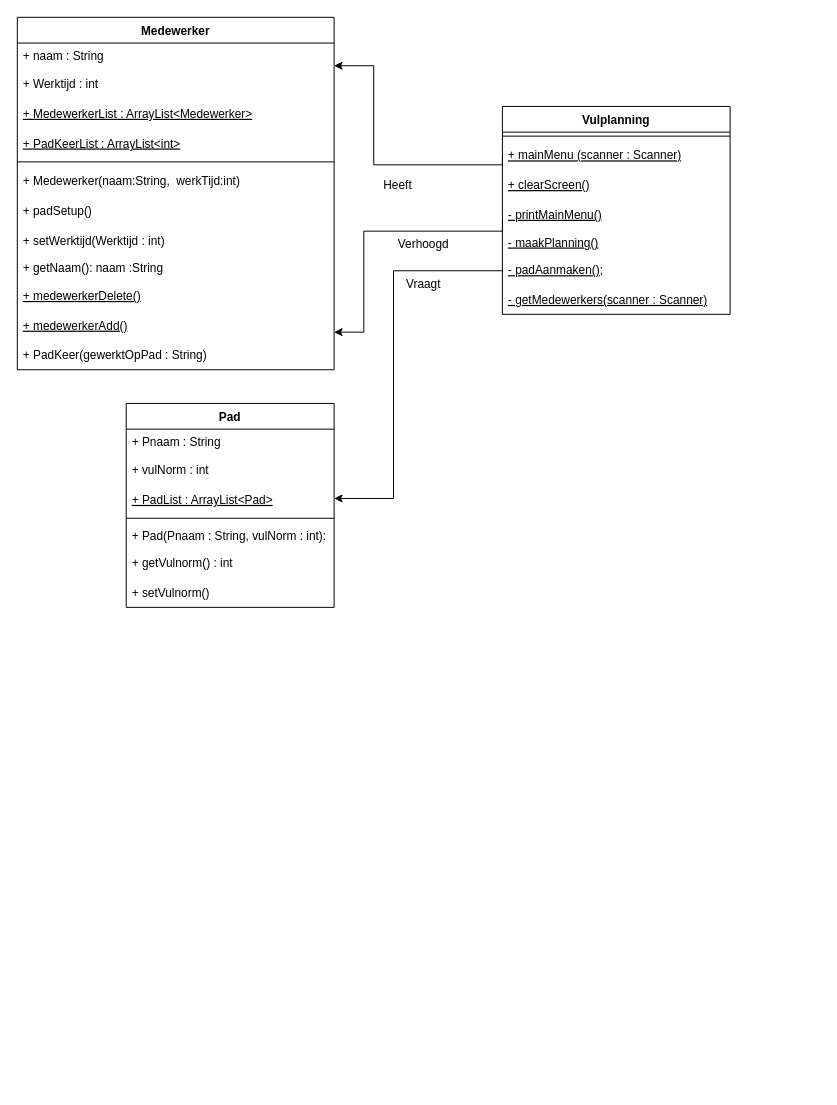
Above: Vulplanning UML.drawio in Kikkerslijm410/SchoolOpdracht (draw.io), before the change. Source tidied: cells renumbered, new cells numbered last; positions are measured from the earlier drawing's top-left corner, leaving out a move shared by most shapes. Both pictures are drawn from the tidied source at 99%, with x=0, y=0 at pixel (17, 17).
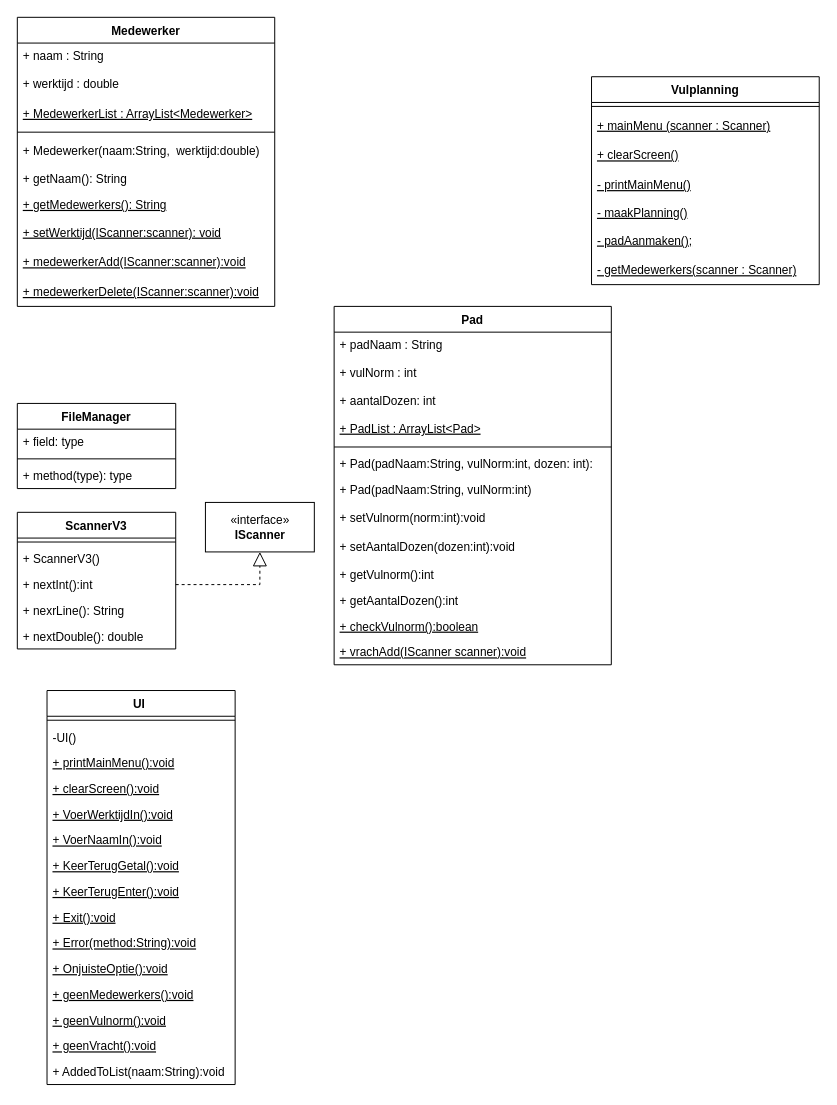
After the change.

Unchanged cells that the change refers to:
```xml
<mxCell id="25" value="+ mainMenu (scanner : Scanner)" style="text;strokeColor=none;fillColor=none;align=left;verticalAlign=middle;spacingLeft=4;spacingRight=4;overflow=hidden;points=[[0,0.5],[1,0.5]];portConstraint=eastwest;fontStyle=4;" parent="23" vertex="1">
  <mxGeometry y="34" width="230" height="30" as="geometry" />
</mxCell>
```

Diff of the diagram source:
```diff
@@
     <mxCell id="2" value="Medewerker" style="swimlane;fontStyle=1;align=center;verticalAlign=top;horizontal=1;startSize=26;" parent="1" vertex="1">
-      <mxGeometry width="320" height="356" as="geometry" />
+      <mxGeometry width="260" height="292" as="geometry" />
     </mxCell>
     <mxCell id="3" value="+ naam : String" style="text;strokeColor=none;fillColor=none;align=left;verticalAlign=top;spacingLeft=4;spacingRight=4;overflow=hidden;points=[[0,0.5],[1,0.5]];portConstraint=eastwest;" parent="2" vertex="1">
-      <mxGeometry y="26" width="320" height="26" as="geometry" />
+      <mxGeometry y="26" width="260" height="26" as="geometry" />
     </mxCell>
-    <mxCell id="4" value="+ Werktijd : int" style="text;strokeColor=none;fillColor=none;align=left;verticalAlign=middle;spacingLeft=4;spacingRight=4;overflow=hidden;" parent="2" vertex="1">
-      <mxGeometry y="52" width="320" height="30" as="geometry" />
+    <mxCell id="4" value="+ werktijd : double" style="text;strokeColor=none;fillColor=none;align=left;verticalAlign=middle;spacingLeft=4;spacingRight=4;overflow=hidden;" parent="2" vertex="1">
+      <mxGeometry y="52" width="260" height="30" as="geometry" />
     </mxCell>
     <mxCell id="5" value="+ MedewerkerList : ArrayList&lt;Medewerker&gt;" style="text;strokeColor=none;fillColor=none;align=left;verticalAlign=middle;spacingLeft=4;spacingRight=4;overflow=hidden;fontStyle=4;" parent="2" vertex="1">
-      <mxGeometry y="82" width="320" height="30" as="geometry" />
+      <mxGeometry y="82" width="260" height="30" as="geometry" />
     </mxCell>
-    <mxCell id="6" value="+ PadKeerList : ArrayList&lt;int&gt;" style="text;strokeColor=none;fillColor=none;align=left;verticalAlign=middle;spacingLeft=4;spacingRight=4;overflow=hidden;fontStyle=4;" parent="2" vertex="1">
-      <mxGeometry y="112" width="320" height="30" as="geometry" />
-    </mxCell>
     <mxCell id="7" style="line;strokeWidth=1;fillColor=none;align=left;verticalAlign=middle;spacingTop=-1;spacingLeft=3;spacingRight=3;labelPosition=right;" parent="2" vertex="1">
-      <mxGeometry y="142" width="320" height="8" as="geometry" />
+      <mxGeometry y="112" width="260" height="8" as="geometry" />
     </mxCell>
-    <mxCell id="8" value="+ Medewerker(naam:String,  werkTijd:int)" style="text;strokeColor=none;fillColor=none;align=left;verticalAlign=middle;spacingLeft=4;spacingRight=4;overflow=hidden;" parent="2" vertex="1">
-      <mxGeometry y="150" width="320" height="30" as="geometry" />
+    <mxCell id="8" value="+ Medewerker(naam:String,  werktijd:double)" style="text;strokeColor=none;fillColor=none;align=left;verticalAlign=middle;spacingLeft=4;spacingRight=4;overflow=hidden;" parent="2" vertex="1">
+      <mxGeometry y="120" width="260" height="30" as="geometry" />
     </mxCell>
-    <mxCell id="9" value="+ padSetup()" style="text;strokeColor=none;fillColor=none;align=left;verticalAlign=middle;spacingLeft=4;spacingRight=4;overflow=hidden;" parent="2" vertex="1">
-      <mxGeometry y="180" width="320" height="30" as="geometry" />
-    </mxCell>
+    <mxCell id="37" value="+ getNaam(): String" style="text;strokeColor=none;fillColor=none;align=left;verticalAlign=top;spacingLeft=4;spacingRight=4;overflow=hidden;" parent="2" vertex="1">
+      <mxGeometry y="150" width="260" height="26" as="geometry" />
+    </mxCell>
+    <mxCell id="38" value="+ getMedewerkers(): String" style="text;strokeColor=none;fillColor=none;align=left;verticalAlign=top;spacingLeft=4;spacingRight=4;overflow=hidden;fontStyle=4;" parent="2" vertex="1">
+      <mxGeometry y="176" width="260" height="26" as="geometry" />
+    </mxCell>
-    <mxCell id="10" value="+ setWerktijd(Werktijd : int)" style="text;strokeColor=none;fillColor=none;align=left;verticalAlign=middle;spacingLeft=4;spacingRight=4;overflow=hidden;" parent="2" vertex="1">
-      <mxGeometry y="210" width="320" height="30" as="geometry" />
+    <mxCell id="10" value="+ setWerktijd(IScanner:scanner): void" style="text;strokeColor=none;fillColor=none;align=left;verticalAlign=middle;spacingLeft=4;spacingRight=4;overflow=hidden;fontStyle=4;" parent="2" vertex="1">
+      <mxGeometry y="202" width="260" height="30" as="geometry" />
     </mxCell>
-    <mxCell id="11" value="+ getNaam(): naam :String" style="text;strokeColor=none;fillColor=none;align=left;verticalAlign=top;spacingLeft=4;spacingRight=4;overflow=hidden;" parent="2" vertex="1">
-      <mxGeometry y="240" width="320" height="26" as="geometry" />
-    </mxCell>
+    <mxCell id="13" value="+ medewerkerAdd(IScanner:scanner):void" style="text;strokeColor=none;fillColor=none;align=left;verticalAlign=middle;spacingLeft=4;spacingRight=4;overflow=hidden;fontStyle=4;" parent="2" vertex="1">
+      <mxGeometry y="232" width="260" height="30" as="geometry" />
+    </mxCell>
-    <mxCell id="12" value="+ medewerkerDelete()" style="text;strokeColor=none;fillColor=none;align=left;verticalAlign=middle;spacingLeft=4;spacingRight=4;overflow=hidden;fontStyle=4;" parent="2" vertex="1">
-      <mxGeometry y="266" width="320" height="30" as="geometry" />
+    <mxCell id="12" value="+ medewerkerDelete(IScanner:scanner):void" style="text;strokeColor=none;fillColor=none;align=left;verticalAlign=middle;spacingLeft=4;spacingRight=4;overflow=hidden;fontStyle=4;" parent="2" vertex="1">
+      <mxGeometry y="262" width="260" height="30" as="geometry" />
     </mxCell>
-    <mxCell id="13" value="+ medewerkerAdd()" style="text;strokeColor=none;fillColor=none;align=left;verticalAlign=middle;spacingLeft=4;spacingRight=4;overflow=hidden;fontStyle=4;" parent="2" vertex="1">
-      <mxGeometry y="296" width="320" height="30" as="geometry" />
-    </mxCell>
-    <mxCell id="14" value="+ PadKeer(gewerktOpPad : String)" style="text;strokeColor=none;fillColor=none;align=left;verticalAlign=middle;spacingLeft=4;spacingRight=4;overflow=hidden;" parent="2" vertex="1">
-      <mxGeometry y="326" width="320" height="30" as="geometry" />
-    </mxCell>
     <mxCell id="15" value="Pad" style="swimlane;fontStyle=1;align=center;verticalAlign=top;horizontal=1;startSize=26;" parent="1" vertex="1">
-      <mxGeometry x="110" y="390" width="210" height="206" as="geometry" />
+      <mxGeometry x="320" y="292" width="280" height="362" as="geometry" />
     </mxCell>
-    <mxCell id="16" value="+ Pnaam : String" style="text;strokeColor=none;fillColor=none;align=left;verticalAlign=top;spacingLeft=4;spacingRight=4;overflow=hidden;" parent="15" vertex="1">
-      <mxGeometry y="26" width="210" height="26" as="geometry" />
+    <mxCell id="16" value="+ padNaam : String" style="text;strokeColor=none;fillColor=none;align=left;verticalAlign=top;spacingLeft=4;spacingRight=4;overflow=hidden;" parent="15" vertex="1">
+      <mxGeometry y="26" width="280" height="26" as="geometry" />
     </mxCell>
     <mxCell id="17" value="+ vulNorm : int" style="text;strokeColor=none;fillColor=none;align=left;verticalAlign=middle;spacingLeft=4;spacingRight=4;overflow=hidden;" parent="15" vertex="1">
-      <mxGeometry y="52" width="210" height="30" as="geometry" />
+      <mxGeometry y="52" width="280" height="30" as="geometry" />
     </mxCell>
+    <mxCell id="39" value="+ aantalDozen: int" style="text;strokeColor=none;fillColor=none;align=left;verticalAlign=top;spacingLeft=4;spacingRight=4;overflow=hidden;" parent="15" vertex="1">
+      <mxGeometry y="82" width="280" height="26" as="geometry" />
+    </mxCell>
     <mxCell id="18" value="+ PadList : ArrayList&lt;Pad&gt;" style="text;strokeColor=none;fillColor=none;align=left;verticalAlign=middle;spacingLeft=4;spacingRight=4;overflow=hidden;fontStyle=4;" parent="15" vertex="1">
-      <mxGeometry y="82" width="210" height="30" as="geometry" />
+      <mxGeometry y="108" width="280" height="30" as="geometry" />
     </mxCell>
     <mxCell id="19" style="line;strokeWidth=1;fillColor=none;align=left;verticalAlign=middle;spacingTop=-1;spacingLeft=3;spacingRight=3;labelPosition=right;" parent="15" vertex="1">
-      <mxGeometry y="112" width="210" height="8" as="geometry" />
+      <mxGeometry y="138" width="280" height="8" as="geometry" />
     </mxCell>
-    <mxCell id="20" value="+ Pad(Pnaam : String, vulNorm : int): " style="text;strokeColor=none;fillColor=none;align=left;verticalAlign=top;spacingLeft=4;spacingRight=4;overflow=hidden;" parent="15" vertex="1">
-      <mxGeometry y="120" width="210" height="26" as="geometry" />
+    <mxCell id="20" value="+ Pad(padNaam:String, vulNorm:int, dozen: int):" style="text;strokeColor=none;fillColor=none;align=left;verticalAlign=top;spacingLeft=4;spacingRight=4;overflow=hidden;" parent="15" vertex="1">
+      <mxGeometry y="146" width="280" height="26" as="geometry" />
     </mxCell>
+    <mxCell id="40" value="+ Pad(padNaam:String, vulNorm:int)" style="text;strokeColor=none;fillColor=none;align=left;verticalAlign=top;spacingLeft=4;spacingRight=4;overflow=hidden;" parent="15" vertex="1">
+      <mxGeometry y="172" width="280" height="26" as="geometry" />
+    </mxCell>
+    <mxCell id="22" value="+ setVulnorm(norm:int):void " style="text;strokeColor=none;fillColor=none;align=left;verticalAlign=middle;spacingLeft=4;spacingRight=4;overflow=hidden;" parent="15" vertex="1">
+      <mxGeometry y="198" width="280" height="30" as="geometry" />
+    </mxCell>
-    <mxCell id="21" value="+ getVulnorm() : int" style="text;strokeColor=none;fillColor=none;align=left;verticalAlign=middle;spacingLeft=4;spacingRight=4;overflow=hidden;" parent="15" vertex="1">
-      <mxGeometry y="146" width="210" height="30" as="geometry" />
+    <mxCell id="21" value="+ setAantalDozen(dozen:int):void" style="text;strokeColor=none;fillColor=none;align=left;verticalAlign=middle;spacingLeft=4;spacingRight=4;overflow=hidden;" parent="15" vertex="1">
+      <mxGeometry y="228" width="280" height="30" as="geometry" />
     </mxCell>
-    <mxCell id="22" value="+ setVulnorm() " style="text;strokeColor=none;fillColor=none;align=left;verticalAlign=middle;spacingLeft=4;spacingRight=4;overflow=hidden;" parent="15" vertex="1">
-      <mxGeometry y="176" width="210" height="30" as="geometry" />
-    </mxCell>
+    <mxCell id="41" value="+ getVulnorm():int" style="text;strokeColor=none;fillColor=none;align=left;verticalAlign=top;spacingLeft=4;spacingRight=4;overflow=hidden;" parent="15" vertex="1">
+      <mxGeometry y="258" width="280" height="26" as="geometry" />
+    </mxCell>
+    <mxCell id="42" value="+ getAantalDozen():int" style="text;strokeColor=none;fillColor=none;align=left;verticalAlign=top;spacingLeft=4;spacingRight=4;overflow=hidden;" parent="15" vertex="1">
+      <mxGeometry y="284" width="280" height="26" as="geometry" />
+    </mxCell>
+    <mxCell id="43" value="+ checkVulnorm():boolean" style="text;strokeColor=none;fillColor=none;align=left;verticalAlign=top;spacingLeft=4;spacingRight=4;overflow=hidden;fontStyle=4;" parent="15" vertex="1">
+      <mxGeometry y="310" width="280" height="26" as="geometry" />
+    </mxCell>
+    <mxCell id="44" value="+ vrachAdd(IScanner scanner):void" style="text;strokeColor=none;fillColor=none;align=left;verticalAlign=top;spacingLeft=4;spacingRight=4;overflow=hidden;fontStyle=4;" parent="15" vertex="1">
+      <mxGeometry y="336" width="280" height="26" as="geometry" />
+    </mxCell>
     <mxCell id="23" value="Vulplanning" style="swimlane;fontStyle=1;align=center;verticalAlign=top;horizontal=1;startSize=26;" parent="1" vertex="1">
-      <mxGeometry x="490" y="90" width="230" height="210" as="geometry" />
+      <mxGeometry x="580" y="60" width="230" height="210" as="geometry" />
     </mxCell>
@@
-    <mxCell id="31" style="edgeStyle=orthogonalEdgeStyle;rounded=0;orthogonalLoop=1;jettySize=auto;html=1;exitX=0;exitY=0.5;exitDx=0;exitDy=0;" parent="1" edge="1">
-      <mxGeometry relative="1" as="geometry">
-        <mxPoint x="490" y="206" as="sourcePoint" />
-        <mxPoint x="320" y="318" as="targetPoint" />
-        <Array as="points">
-          <mxPoint x="490" y="216" />
-          <mxPoint x="350" y="216" />
-          <mxPoint x="350" y="318" />
-        </Array>
-      </mxGeometry>
-    </mxCell>
-    <mxCell id="32" style="edgeStyle=orthogonalEdgeStyle;rounded=0;jettySize=auto;html=1;exitX=0;exitY=0.5;exitDx=0;exitDy=0;entryX=1;entryY=0.881;entryDx=0;entryDy=0;entryPerimeter=0;" parent="1" edge="1" source="25" target="3">
-      <mxGeometry relative="1" as="geometry">
-        <Array as="points">
-          <mxPoint x="360" y="149" />
-          <mxPoint x="360" y="49" />
-        </Array>
-      </mxGeometry>
-    </mxCell>
-    <mxCell id="33" style="edgeStyle=orthogonalEdgeStyle;rounded=0;orthogonalLoop=1;jettySize=auto;html=1;exitX=0;exitY=0.5;exitDx=0;exitDy=0;entryX=1;entryY=0.5;entryDx=0;entryDy=0;" parent="1" edge="1">
-      <mxGeometry relative="1" as="geometry">
-        <mxPoint x="490" y="256" as="sourcePoint" />
-        <mxPoint x="320" y="486" as="targetPoint" />
-        <Array as="points">
-          <mxPoint x="380" y="256" />
-          <mxPoint x="380" y="486" />
-        </Array>
-      </mxGeometry>
-    </mxCell>
-    <mxCell id="34" value="Vraagt" style="text;html=1;align=center;verticalAlign=middle;strokeColor=none;fillColor=none;" parent="1" vertex="1">
-      <mxGeometry x="385" y="260" width="50" height="20" as="geometry" />
-    </mxCell>
-    <mxCell id="35" value="Verhoogd" style="text;html=1;align=center;verticalAlign=middle;strokeColor=none;fillColor=none;" parent="1" vertex="1">
-      <mxGeometry x="375" y="220" width="70" height="20" as="geometry" />
-    </mxCell>
-    <mxCell id="36" value="Heeft" style="text;html=1;align=center;verticalAlign=middle;strokeColor=none;fillColor=none;" parent="1" vertex="1">
-      <mxGeometry x="364" y="160" width="40" height="20" as="geometry" />
-    </mxCell>
+    <mxCell id="45" value="FileManager" style="swimlane;fontStyle=1;align=center;verticalAlign=top;horizontal=1;startSize=26;" parent="1" vertex="1">
+      <mxGeometry y="390" width="160" height="86" as="geometry" />
+    </mxCell>
+    <mxCell id="46" value="+ field: type" style="text;strokeColor=none;fillColor=none;align=left;verticalAlign=top;spacingLeft=4;spacingRight=4;overflow=hidden;" parent="45" vertex="1">
+      <mxGeometry y="26" width="160" height="26" as="geometry" />
+    </mxCell>
+    <mxCell id="47" style="line;strokeWidth=1;fillColor=none;align=left;verticalAlign=middle;spacingTop=-1;spacingLeft=3;spacingRight=3;labelPosition=right;" parent="45" vertex="1">
+      <mxGeometry y="52" width="160" height="8" as="geometry" />
+    </mxCell>
+    <mxCell id="48" value="+ method(type): type" style="text;strokeColor=none;fillColor=none;align=left;verticalAlign=top;spacingLeft=4;spacingRight=4;overflow=hidden;" parent="45" vertex="1">
+      <mxGeometry y="60" width="160" height="26" as="geometry" />
+    </mxCell>
+    <mxCell id="49" value="«interface»&lt;br&gt;&lt;b&gt;IScanner&lt;/b&gt;" style="html=1;" parent="1" vertex="1">
+      <mxGeometry x="190" y="490" width="110" height="50" as="geometry" />
+    </mxCell>
+    <mxCell id="50" value="ScannerV3" style="swimlane;fontStyle=1;align=center;verticalAlign=top;horizontal=1;startSize=26;" parent="1" vertex="1">
+      <mxGeometry y="500" width="160" height="138" as="geometry" />
+    </mxCell>
+    <mxCell id="51" style="line;strokeWidth=1;fillColor=none;align=left;verticalAlign=middle;spacingTop=-1;spacingLeft=3;spacingRight=3;labelPosition=right;" parent="50" vertex="1">
+      <mxGeometry y="26" width="160" height="8" as="geometry" />
+    </mxCell>
+    <mxCell id="52" value="+ ScannerV3()" style="text;strokeColor=none;fillColor=none;align=left;verticalAlign=top;spacingLeft=4;spacingRight=4;overflow=hidden;" parent="50" vertex="1">
+      <mxGeometry y="34" width="160" height="26" as="geometry" />
+    </mxCell>
+    <mxCell id="53" value="+ nextInt():int" style="text;strokeColor=none;fillColor=none;align=left;verticalAlign=top;spacingLeft=4;spacingRight=4;overflow=hidden;points=[[0,0.5],[1,0.5]];portConstraint=eastwest;" parent="50" vertex="1">
+      <mxGeometry y="60" width="160" height="26" as="geometry" />
+    </mxCell>
+    <mxCell id="54" value="+ nexrLine(): String" style="text;strokeColor=none;fillColor=none;align=left;verticalAlign=top;spacingLeft=4;spacingRight=4;overflow=hidden;" parent="50" vertex="1">
+      <mxGeometry y="86" width="160" height="26" as="geometry" />
+    </mxCell>
+    <mxCell id="55" value="+ nextDouble(): double" style="text;strokeColor=none;fillColor=none;align=left;verticalAlign=top;spacingLeft=4;spacingRight=4;overflow=hidden;" parent="50" vertex="1">
+      <mxGeometry y="112" width="160" height="26" as="geometry" />
+    </mxCell>
+    <mxCell id="56" style="endArrow=block;dashed=1;endFill=0;endSize=12;html=1;rounded=0;entryX=0.5;entryY=1;entryDx=0;entryDy=0;exitX=1;exitY=0.5;exitDx=0;exitDy=0;" parent="1" edge="1" source="53" target="49">
+      <mxGeometry relative="1" as="geometry">
+        <Array as="points">
+          <mxPoint x="245" y="573" />
+        </Array>
+      </mxGeometry>
+    </mxCell>
+    <mxCell id="57" value="UI " style="swimlane;fontStyle=1;align=center;verticalAlign=top;horizontal=1;startSize=26;" parent="1" vertex="1">
+      <mxGeometry x="30" y="680" width="190" height="398" as="geometry" />
+    </mxCell>
+    <mxCell id="58" style="line;strokeWidth=1;fillColor=none;align=left;verticalAlign=middle;spacingTop=-1;spacingLeft=3;spacingRight=3;labelPosition=right;" parent="57" vertex="1">
+      <mxGeometry y="26" width="190" height="8" as="geometry" />
+    </mxCell>
+    <mxCell id="59" value="-UI()" style="text;strokeColor=none;fillColor=none;align=left;verticalAlign=top;spacingLeft=4;spacingRight=4;overflow=hidden;" parent="57" vertex="1">
+      <mxGeometry y="34" width="190" height="26" as="geometry" />
+    </mxCell>
+    <mxCell id="60" value="+ printMainMenu():void" style="text;strokeColor=none;fillColor=none;align=left;verticalAlign=top;spacingLeft=4;spacingRight=4;overflow=hidden;fontStyle=4;" parent="57" vertex="1">
+      <mxGeometry y="60" width="190" height="26" as="geometry" />
+    </mxCell>
+    <mxCell id="61" value="+ clearScreen():void" style="text;strokeColor=none;fillColor=none;align=left;verticalAlign=top;spacingLeft=4;spacingRight=4;overflow=hidden;fontStyle=4;" parent="57" vertex="1">
+      <mxGeometry y="86" width="190" height="26" as="geometry" />
+    </mxCell>
+    <mxCell id="62" value="+ VoerWerktijdIn():void" style="text;strokeColor=none;fillColor=none;align=left;verticalAlign=top;spacingLeft=4;spacingRight=4;overflow=hidden;fontStyle=4;" parent="57" vertex="1">
+      <mxGeometry y="112" width="190" height="26" as="geometry" />
+    </mxCell>
+    <mxCell id="63" value="+ VoerNaamIn():void" style="text;strokeColor=none;fillColor=none;align=left;verticalAlign=top;spacingLeft=4;spacingRight=4;overflow=hidden;fontStyle=4;" parent="57" vertex="1">
+      <mxGeometry y="138" width="190" height="26" as="geometry" />
+    </mxCell>
+    <mxCell id="64" value="+ KeerTerugGetal():void" style="text;strokeColor=none;fillColor=none;align=left;verticalAlign=top;spacingLeft=4;spacingRight=4;overflow=hidden;fontStyle=4;" parent="57" vertex="1">
+      <mxGeometry y="164" width="190" height="26" as="geometry" />
+    </mxCell>
+    <mxCell id="65" value="+ KeerTerugEnter():void" style="text;strokeColor=none;fillColor=none;align=left;verticalAlign=top;spacingLeft=4;spacingRight=4;overflow=hidden;fontStyle=4;" parent="57" vertex="1">
+      <mxGeometry y="190" width="190" height="26" as="geometry" />
+    </mxCell>
+    <mxCell id="66" value="+ Exit():void" style="text;strokeColor=none;fillColor=none;align=left;verticalAlign=top;spacingLeft=4;spacingRight=4;overflow=hidden;fontStyle=4;" parent="57" vertex="1">
+      <mxGeometry y="216" width="190" height="26" as="geometry" />
+    </mxCell>
+    <mxCell id="67" value="+ Error(method:String):void" style="text;strokeColor=none;fillColor=none;align=left;verticalAlign=top;spacingLeft=4;spacingRight=4;overflow=hidden;fontStyle=4;" parent="57" vertex="1">
+      <mxGeometry y="242" width="190" height="26" as="geometry" />
+    </mxCell>
+    <mxCell id="68" value="+ OnjuisteOptie():void" style="text;strokeColor=none;fillColor=none;align=left;verticalAlign=top;spacingLeft=4;spacingRight=4;overflow=hidden;fontStyle=4;" parent="57" vertex="1">
+      <mxGeometry y="268" width="190" height="26" as="geometry" />
+    </mxCell>
+    <mxCell id="69" value="+ geenMedewerkers():void" style="text;strokeColor=none;fillColor=none;align=left;verticalAlign=top;spacingLeft=4;spacingRight=4;overflow=hidden;fontStyle=4;" parent="57" vertex="1">
+      <mxGeometry y="294" width="190" height="26" as="geometry" />
+    </mxCell>
+    <mxCell id="70" value="+ geenVulnorm():void" style="text;strokeColor=none;fillColor=none;align=left;verticalAlign=top;spacingLeft=4;spacingRight=4;overflow=hidden;fontStyle=4;" parent="57" vertex="1">
+      <mxGeometry y="320" width="190" height="26" as="geometry" />
+    </mxCell>
+    <mxCell id="71" value="+ geenVracht():void" style="text;strokeColor=none;fillColor=none;align=left;verticalAlign=top;spacingLeft=4;spacingRight=4;overflow=hidden;fontStyle=4;" parent="57" vertex="1">
+      <mxGeometry y="346" width="190" height="26" as="geometry" />
+    </mxCell>
+    <mxCell id="72" value="+ AddedToList(naam:String):void" style="text;strokeColor=none;fillColor=none;align=left;verticalAlign=top;spacingLeft=4;spacingRight=4;overflow=hidden;" parent="57" vertex="1">
+      <mxGeometry y="372" width="190" height="26" as="geometry" />
+    </mxCell>
```
